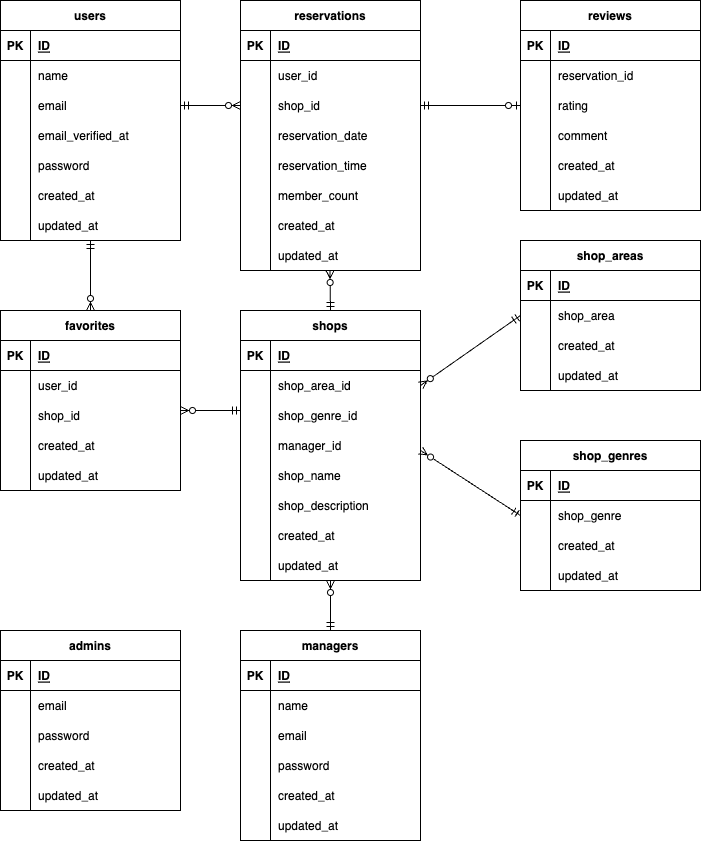
Above: src/Rese.drawio.png in aida39/Rese (draw.io), before the change. Source tidied: cells renumbered, new cells last; positions are measured from the earlier drawing's top-left corner, leaving out a move shared by most shapes.
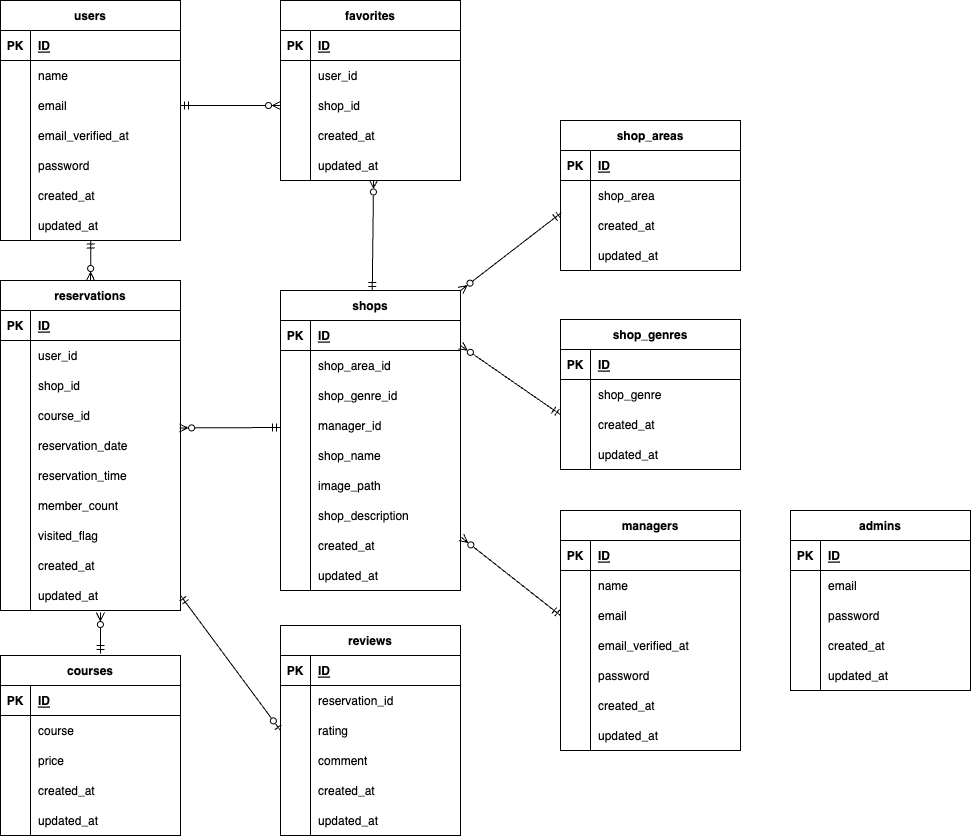
The same diagram one commit later.

Commit message:
ER図、README作成

The edit, as a diff of the source:
```diff
@@ -5,3 +5,3 @@
     <mxCell id="2" value="users" style="shape=table;startSize=30;rowLines=0;fontStyle=1;align=center;" parent="1" vertex="1">
-      <mxGeometry width="180" height="240" as="geometry" />
+      <mxGeometry y="10" width="180" height="240" as="geometry" />
     </mxCell>
@@ -71,3 +71,3 @@
     <mxCell id="24" value="reservations" style="shape=table;startSize=30;rowLines=0;fontStyle=1;align=center;" parent="1" vertex="1">
-      <mxGeometry x="240" width="180" height="270" as="geometry" />
+      <mxGeometry y="290" width="180" height="330" as="geometry" />
     </mxCell>
@@ -100,4 +100,13 @@
     </mxCell>
+    <mxCell id="178" style="shape=tableRow;horizontal=0;startSize=0;swimlaneHead=0;swimlaneBody=0;fillColor=none;top=0;left=0;right=0;bottom=0;" parent="24" vertex="1">
+      <mxGeometry y="120" width="180" height="30" as="geometry" />
+    </mxCell>
+    <mxCell id="179" style="shape=partialRectangle;fillColor=none;top=0;left=0;bottom=0;right=0;overflow=hidden;" parent="178" vertex="1">
+      <mxGeometry width="30" height="30" as="geometry" />
+    </mxCell>
+    <mxCell id="180" value="course_id" style="shape=partialRectangle;fillColor=none;top=0;left=0;bottom=0;right=0;align=left;spacingLeft=6;overflow=hidden;" parent="178" vertex="1">
+      <mxGeometry x="30" width="150" height="30" as="geometry" />
+    </mxCell>
     <mxCell id="34" style="shape=tableRow;horizontal=0;startSize=0;swimlaneHead=0;swimlaneBody=0;fillColor=none;points=[[0,0.5],[1,0.5]];portConstraint=eastwest;top=0;left=0;right=0;bottom=0;" parent="24" vertex="1">
-      <mxGeometry y="120" width="180" height="30" as="geometry" />
+      <mxGeometry y="150" width="180" height="30" as="geometry" />
     </mxCell>
@@ -110,3 +119,3 @@
     <mxCell id="37" style="shape=tableRow;horizontal=0;startSize=0;swimlaneHead=0;swimlaneBody=0;fillColor=none;top=0;left=0;right=0;bottom=0;" parent="24" vertex="1">
-      <mxGeometry y="150" width="180" height="30" as="geometry" />
+      <mxGeometry y="180" width="180" height="30" as="geometry" />
     </mxCell>
@@ -119,3 +128,3 @@
     <mxCell id="40" style="shape=tableRow;horizontal=0;startSize=0;swimlaneHead=0;swimlaneBody=0;fillColor=none;top=0;left=0;right=0;bottom=0;" parent="24" vertex="1">
-      <mxGeometry y="180" width="180" height="30" as="geometry" />
+      <mxGeometry y="210" width="180" height="30" as="geometry" />
     </mxCell>
@@ -127,4 +136,13 @@
     </mxCell>
+    <mxCell id="181" style="shape=tableRow;horizontal=0;startSize=0;swimlaneHead=0;swimlaneBody=0;fillColor=none;top=0;left=0;right=0;bottom=0;" parent="24" vertex="1">
+      <mxGeometry y="240" width="180" height="30" as="geometry" />
+    </mxCell>
+    <mxCell id="182" style="shape=partialRectangle;fillColor=none;top=0;left=0;bottom=0;right=0;overflow=hidden;" parent="181" vertex="1">
+      <mxGeometry width="30" height="30" as="geometry" />
+    </mxCell>
+    <mxCell id="183" value="visited_flag" style="shape=partialRectangle;fillColor=none;top=0;left=0;bottom=0;right=0;align=left;spacingLeft=6;overflow=hidden;" parent="181" vertex="1">
+      <mxGeometry x="30" width="150" height="30" as="geometry" />
+    </mxCell>
     <mxCell id="43" style="shape=tableRow;horizontal=0;startSize=0;swimlaneHead=0;swimlaneBody=0;fillColor=none;top=0;left=0;right=0;bottom=0;" parent="24" vertex="1">
-      <mxGeometry y="210" width="180" height="30" as="geometry" />
+      <mxGeometry y="270" width="180" height="30" as="geometry" />
     </mxCell>
@@ -137,3 +155,3 @@
     <mxCell id="46" style="shape=tableRow;horizontal=0;startSize=0;swimlaneHead=0;swimlaneBody=0;fillColor=none;points=[[0,0.5],[1,0.5]];portConstraint=eastwest;top=0;left=0;right=0;bottom=0;" parent="24" vertex="1">
-      <mxGeometry y="240" width="180" height="30" as="geometry" />
+      <mxGeometry y="300" width="180" height="30" as="geometry" />
     </mxCell>
@@ -145,3 +163,3 @@
     </mxCell>
-    <mxCell id="49" style="edgeStyle=none;html=1;entryX=0;entryY=0.5;entryDx=0;entryDy=0;endArrow=ERzeroToMany;endFill=0;startArrow=ERmandOne;startFill=0;" parent="1" edge="1" source="9" target="31">
+    <mxCell id="49" style="edgeStyle=none;html=1;endArrow=ERzeroToMany;endFill=0;startArrow=ERmandOne;startFill=0;exitX=0.502;exitY=0.982;exitDx=0;exitDy=0;exitPerimeter=0;entryX=0.5;entryY=0;entryDx=0;entryDy=0;" parent="1" edge="1" source="21" target="24">
       <mxGeometry relative="1" as="geometry" />
@@ -149,3 +167,3 @@
     <mxCell id="50" value="favorites" style="shape=table;startSize=30;rowLines=0;fontStyle=1;align=center;" parent="1" vertex="1">
-      <mxGeometry y="310" width="180" height="180" as="geometry" />
+      <mxGeometry x="280" y="10" width="180" height="180" as="geometry" />
     </mxCell>
@@ -196,4 +214,7 @@
     </mxCell>
+    <mxCell id="184" style="edgeStyle=none;html=1;entryX=0.517;entryY=0.982;entryDx=0;entryDy=0;entryPerimeter=0;endArrow=ERzeroToMany;endFill=0;startArrow=ERmandOne;startFill=0;" parent="1" edge="1" source="66" target="63">
+      <mxGeometry relative="1" as="geometry" />
+    </mxCell>
     <mxCell id="66" value="shops" style="shape=table;startSize=30;rowLines=0;fontStyle=1;align=center;" parent="1" vertex="1">
-      <mxGeometry x="240" y="310" width="180" height="270" as="geometry" />
+      <mxGeometry x="280" y="300" width="180" height="300" as="geometry" />
     </mxCell>
@@ -244,4 +265,13 @@
     </mxCell>
+    <mxCell id="185" style="shape=tableRow;horizontal=0;startSize=0;swimlaneHead=0;swimlaneBody=0;fillColor=none;top=0;left=0;right=0;bottom=0;" parent="66" vertex="1">
+      <mxGeometry y="180" width="180" height="30" as="geometry" />
+    </mxCell>
+    <mxCell id="186" style="shape=partialRectangle;fillColor=none;top=0;left=0;bottom=0;right=0;overflow=hidden;" parent="185" vertex="1">
+      <mxGeometry width="30" height="30" as="geometry" />
+    </mxCell>
+    <mxCell id="187" value="image_path" style="shape=partialRectangle;fillColor=none;top=0;left=0;bottom=0;right=0;align=left;spacingLeft=6;overflow=hidden;" parent="185" vertex="1">
+      <mxGeometry x="30" width="150" height="30" as="geometry" />
+    </mxCell>
     <mxCell id="82" style="shape=tableRow;horizontal=0;startSize=0;swimlaneHead=0;swimlaneBody=0;fillColor=none;top=0;left=0;right=0;bottom=0;" parent="66" vertex="1">
-      <mxGeometry y="180" width="180" height="30" as="geometry" />
+      <mxGeometry y="210" width="180" height="30" as="geometry" />
     </mxCell>
@@ -254,3 +284,3 @@
     <mxCell id="85" style="shape=tableRow;horizontal=0;startSize=0;swimlaneHead=0;swimlaneBody=0;fillColor=none;points=[[0,0.5],[1,0.5]];portConstraint=eastwest;top=0;left=0;right=0;bottom=0;" parent="66" vertex="1">
-      <mxGeometry y="210" width="180" height="30" as="geometry" />
+      <mxGeometry y="240" width="180" height="30" as="geometry" />
     </mxCell>
@@ -263,3 +293,3 @@
     <mxCell id="88" style="shape=tableRow;horizontal=0;startSize=0;swimlaneHead=0;swimlaneBody=0;fillColor=none;points=[[0,0.5],[1,0.5]];portConstraint=eastwest;top=0;left=0;right=0;bottom=0;" parent="66" vertex="1">
-      <mxGeometry y="240" width="180" height="30" as="geometry" />
+      <mxGeometry y="270" width="180" height="30" as="geometry" />
     </mxCell>
@@ -272,3 +302,3 @@
     <mxCell id="91" value="shop_genres" style="shape=table;startSize=30;rowLines=0;fontStyle=1;align=center;" parent="1" vertex="1">
-      <mxGeometry x="520" y="440" width="180" height="150" as="geometry" />
+      <mxGeometry x="560" y="329" width="180" height="150" as="geometry" />
     </mxCell>
@@ -311,3 +341,3 @@
     <mxCell id="104" value="shop_areas" style="shape=table;startSize=30;rowLines=0;fontStyle=1;align=center;" parent="1" vertex="1">
-      <mxGeometry x="520" y="240" width="180" height="150" as="geometry" />
+      <mxGeometry x="560" y="130" width="180" height="150" as="geometry" />
     </mxCell>
@@ -349,24 +379,16 @@
     </mxCell>
-    <mxCell id="117" style="edgeStyle=none;html=1;entryX=0.5;entryY=0;entryDx=0;entryDy=0;startArrow=ERmandOne;startFill=0;endArrow=ERzeroToMany;endFill=0;" parent="1" edge="1" target="50">
-      <mxGeometry relative="1" as="geometry">
-        <mxPoint x="90" y="240" as="sourcePoint" />
-      </mxGeometry>
+    <mxCell id="117" style="edgeStyle=none;html=1;entryX=0;entryY=0.5;entryDx=0;entryDy=0;startArrow=ERmandOne;startFill=0;endArrow=ERzeroToMany;endFill=0;exitX=1;exitY=0.5;exitDx=0;exitDy=0;" parent="1" edge="1" source="9" target="57">
+      <mxGeometry relative="1" as="geometry" />
     </mxCell>
-    <mxCell id="118" style="edgeStyle=none;html=1;endArrow=ERzeroToMany;endFill=0;startArrow=ERmandOne;startFill=0;" parent="1" edge="1">
+    <mxCell id="118" style="edgeStyle=none;html=1;endArrow=ERzeroToMany;endFill=0;startArrow=ERmandOne;startFill=0;entryX=0.995;entryY=-0.085;entryDx=0;entryDy=0;entryPerimeter=0;" parent="1" edge="1" target="34">
       <mxGeometry relative="1" as="geometry">
-        <mxPoint x="240" y="410" as="sourcePoint" />
-        <mxPoint x="180" y="410" as="targetPoint" />
+        <mxPoint x="280" y="437" as="sourcePoint" />
       </mxGeometry>
     </mxCell>
-    <mxCell id="119" style="edgeStyle=none;html=1;endArrow=ERzeroToMany;endFill=0;startArrow=ERmandOne;startFill=0;exitX=0.5;exitY=0;exitDx=0;exitDy=0;" parent="1" edge="1" source="66">
-      <mxGeometry relative="1" as="geometry">
-        <mxPoint x="329.5" y="270" as="targetPoint" />
-      </mxGeometry>
-    </mxCell>
-    <mxCell id="120" style="edgeStyle=none;html=1;endArrow=ERzeroToMany;endFill=0;startArrow=ERmandOne;startFill=0;exitX=0;exitY=0.5;exitDx=0;exitDy=0;" parent="1" edge="1" source="95">
+    <mxCell id="120" style="edgeStyle=none;html=1;endArrow=ERzeroToMany;endFill=0;startArrow=ERmandOne;startFill=0;exitX=-0.001;exitY=0.167;exitDx=0;exitDy=0;exitPerimeter=0;" parent="1" edge="1" source="98">
       <mxGeometry relative="1" as="geometry">
-        <mxPoint x="420" y="450" as="targetPoint" />
+        <mxPoint x="460" y="355" as="targetPoint" />
       </mxGeometry>
     </mxCell>
-    <mxCell id="121" style="edgeStyle=none;html=1;endArrow=ERzeroToMany;endFill=0;startArrow=ERmandOne;startFill=0;entryX=1;entryY=0.5;entryDx=0;entryDy=0;exitX=0;exitY=0.5;exitDx=0;exitDy=0;" parent="1" edge="1" source="108" target="70">
+    <mxCell id="121" style="edgeStyle=none;html=1;endArrow=ERzeroToMany;endFill=0;startArrow=ERmandOne;startFill=0;exitX=0.005;exitY=1.072;exitDx=0;exitDy=0;entryX=1;entryY=0;entryDx=0;entryDy=0;exitPerimeter=0;" parent="1" edge="1" source="108" target="66">
       <mxGeometry relative="1" as="geometry" />
@@ -374,3 +396,3 @@
     <mxCell id="122" value="reviews" style="shape=table;startSize=30;rowLines=0;fontStyle=1;align=center;" parent="1" vertex="1">
-      <mxGeometry x="520" width="180" height="210" as="geometry" />
+      <mxGeometry x="280" y="635" width="180" height="210" as="geometry" />
     </mxCell>
@@ -430,3 +452,3 @@
     </mxCell>
-    <mxCell id="141" style="edgeStyle=none;html=1;entryX=0;entryY=0.5;entryDx=0;entryDy=0;startArrow=ERmandOne;startFill=0;endArrow=ERzeroToOne;endFill=0;" parent="1" edge="1" source="31" target="129">
+    <mxCell id="141" style="edgeStyle=none;html=1;entryX=0;entryY=0.5;entryDx=0;entryDy=0;startArrow=ERmandOne;startFill=0;endArrow=ERzeroToOne;endFill=0;exitX=1;exitY=0.5;exitDx=0;exitDy=0;" parent="1" edge="1" source="46" target="129">
       <mxGeometry relative="1" as="geometry" />
@@ -434,3 +456,3 @@
     <mxCell id="142" value="admins" style="shape=table;startSize=30;rowLines=0;fontStyle=1;align=center;" parent="1" vertex="1">
-      <mxGeometry y="630" width="180" height="180" as="geometry" />
+      <mxGeometry x="790" y="520" width="180" height="180" as="geometry" />
     </mxCell>
@@ -482,3 +504,3 @@
     <mxCell id="158" value="managers" style="shape=table;startSize=30;rowLines=0;fontStyle=1;align=center;" parent="1" vertex="1">
-      <mxGeometry x="240" y="630" width="180" height="210" as="geometry" />
+      <mxGeometry x="560" y="520" width="180" height="240" as="geometry" />
     </mxCell>
@@ -511,4 +533,13 @@
     </mxCell>
+    <mxCell id="188" style="shape=tableRow;horizontal=0;startSize=0;swimlaneHead=0;swimlaneBody=0;fillColor=none;top=0;left=0;right=0;bottom=0;" parent="158" vertex="1">
+      <mxGeometry y="120" width="180" height="30" as="geometry" />
+    </mxCell>
+    <mxCell id="189" style="shape=partialRectangle;fillColor=none;top=0;left=0;bottom=0;right=0;overflow=hidden;" parent="188" vertex="1">
+      <mxGeometry width="30" height="30" as="geometry" />
+    </mxCell>
+    <mxCell id="190" value="email_verified_at" style="shape=partialRectangle;fillColor=none;top=0;left=0;bottom=0;right=0;align=left;spacingLeft=6;overflow=hidden;" parent="188" vertex="1">
+      <mxGeometry x="30" width="150" height="30" as="geometry" />
+    </mxCell>
     <mxCell id="168" style="shape=tableRow;horizontal=0;startSize=0;swimlaneHead=0;swimlaneBody=0;fillColor=none;top=0;left=0;right=0;bottom=0;" parent="158" vertex="1">
-      <mxGeometry y="120" width="180" height="30" as="geometry" />
+      <mxGeometry y="150" width="180" height="30" as="geometry" />
     </mxCell>
@@ -521,3 +552,3 @@
     <mxCell id="171" style="shape=tableRow;horizontal=0;startSize=0;swimlaneHead=0;swimlaneBody=0;fillColor=none;top=0;left=0;right=0;bottom=0;" parent="158" vertex="1">
-      <mxGeometry y="150" width="180" height="30" as="geometry" />
+      <mxGeometry y="180" width="180" height="30" as="geometry" />
     </mxCell>
@@ -530,3 +561,3 @@
     <mxCell id="174" style="shape=tableRow;horizontal=0;startSize=0;swimlaneHead=0;swimlaneBody=0;fillColor=none;top=0;left=0;right=0;bottom=0;" parent="158" vertex="1">
-      <mxGeometry y="180" width="180" height="30" as="geometry" />
+      <mxGeometry y="210" width="180" height="30" as="geometry" />
     </mxCell>
@@ -538,5 +569,56 @@
     </mxCell>
-    <mxCell id="177" style="edgeStyle=none;html=1;endArrow=ERzeroToMany;endFill=0;startArrow=ERmandOne;startFill=0;exitX=0.5;exitY=0;exitDx=0;exitDy=0;" parent="1" edge="1" source="158" target="88">
+    <mxCell id="177" style="edgeStyle=none;html=1;endArrow=ERzeroToMany;endFill=0;startArrow=ERmandOne;startFill=0;exitX=0;exitY=0.5;exitDx=0;exitDy=0;entryX=1.005;entryY=0.233;entryDx=0;entryDy=0;entryPerimeter=0;" parent="1" edge="1" source="165" target="85">
       <mxGeometry relative="1" as="geometry" />
     </mxCell>
+    <mxCell id="191" value="courses" style="shape=table;startSize=30;rowLines=0;fontStyle=1;align=center;" parent="1" vertex="1">
+      <mxGeometry y="665" width="180" height="180" as="geometry" />
+    </mxCell>
+    <mxCell id="192" style="shape=tableRow;horizontal=0;startSize=0;swimlaneHead=0;swimlaneBody=0;fillColor=none;top=0;left=0;right=0;bottom=1;" parent="191" vertex="1">
+      <mxGeometry y="30" width="180" height="30" as="geometry" />
+    </mxCell>
+    <mxCell id="193" value="PK" style="shape=partialRectangle;fillColor=none;top=0;left=0;bottom=0;right=0;fontStyle=1;overflow=hidden;" parent="192" vertex="1">
+      <mxGeometry width="30" height="30" as="geometry" />
+    </mxCell>
+    <mxCell id="194" value="ID" style="shape=partialRectangle;fillColor=none;top=0;left=0;bottom=0;right=0;align=left;spacingLeft=6;fontStyle=5;overflow=hidden;" parent="192" vertex="1">
+      <mxGeometry x="30" width="150" height="30" as="geometry" />
+    </mxCell>
+    <mxCell id="195" style="shape=tableRow;horizontal=0;startSize=0;swimlaneHead=0;swimlaneBody=0;fillColor=none;top=0;left=0;right=0;bottom=0;" parent="191" vertex="1">
+      <mxGeometry y="60" width="180" height="30" as="geometry" />
+    </mxCell>
+    <mxCell id="196" style="shape=partialRectangle;fillColor=none;top=0;left=0;bottom=0;right=0;overflow=hidden;" parent="195" vertex="1">
+      <mxGeometry width="30" height="30" as="geometry" />
+    </mxCell>
+    <mxCell id="197" value="course" style="shape=partialRectangle;fillColor=none;top=0;left=0;bottom=0;right=0;align=left;spacingLeft=6;overflow=hidden;" parent="195" vertex="1">
+      <mxGeometry x="30" width="150" height="30" as="geometry" />
+    </mxCell>
+    <mxCell id="198" style="shape=tableRow;horizontal=0;startSize=0;swimlaneHead=0;swimlaneBody=0;fillColor=none;top=0;left=0;right=0;bottom=0;" parent="191" vertex="1">
+      <mxGeometry y="90" width="180" height="30" as="geometry" />
+    </mxCell>
+    <mxCell id="199" style="shape=partialRectangle;fillColor=none;top=0;left=0;bottom=0;right=0;overflow=hidden;" parent="198" vertex="1">
+      <mxGeometry width="30" height="30" as="geometry" />
+    </mxCell>
+    <mxCell id="200" value="price" style="shape=partialRectangle;fillColor=none;top=0;left=0;bottom=0;right=0;align=left;spacingLeft=6;overflow=hidden;" parent="198" vertex="1">
+      <mxGeometry x="30" width="150" height="30" as="geometry" />
+    </mxCell>
+    <mxCell id="201" style="shape=tableRow;horizontal=0;startSize=0;swimlaneHead=0;swimlaneBody=0;fillColor=none;top=0;left=0;right=0;bottom=0;" parent="191" vertex="1">
+      <mxGeometry y="120" width="180" height="30" as="geometry" />
+    </mxCell>
+    <mxCell id="202" style="shape=partialRectangle;fillColor=none;top=0;left=0;bottom=0;right=0;overflow=hidden;" parent="201" vertex="1">
+      <mxGeometry width="30" height="30" as="geometry" />
+    </mxCell>
+    <mxCell id="203" value="created_at" style="shape=partialRectangle;fillColor=none;top=0;left=0;bottom=0;right=0;align=left;spacingLeft=6;overflow=hidden;" parent="201" vertex="1">
+      <mxGeometry x="30" width="150" height="30" as="geometry" />
+    </mxCell>
+    <mxCell id="204" style="shape=tableRow;horizontal=0;startSize=0;swimlaneHead=0;swimlaneBody=0;fillColor=none;top=0;left=0;right=0;bottom=0;" parent="191" vertex="1">
+      <mxGeometry y="150" width="180" height="30" as="geometry" />
+    </mxCell>
+    <mxCell id="205" style="shape=partialRectangle;fillColor=none;top=0;left=0;bottom=0;right=0;overflow=hidden;" parent="204" vertex="1">
+      <mxGeometry width="30" height="30" as="geometry" />
+    </mxCell>
+    <mxCell id="206" value="updated_at" style="shape=partialRectangle;fillColor=none;top=0;left=0;bottom=0;right=0;align=left;spacingLeft=6;overflow=hidden;" parent="204" vertex="1">
+      <mxGeometry x="30" width="150" height="30" as="geometry" />
+    </mxCell>
+    <mxCell id="207" style="edgeStyle=none;html=1;startArrow=ERmandOne;startFill=0;endArrow=ERzeroToMany;endFill=0;entryX=0.555;entryY=1.067;entryDx=0;entryDy=0;entryPerimeter=0;exitX=0.555;exitY=-0.011;exitDx=0;exitDy=0;exitPerimeter=0;" parent="1" edge="1" source="191" target="46">
+      <mxGeometry relative="1" as="geometry" />
+    </mxCell>
   </root>
```
